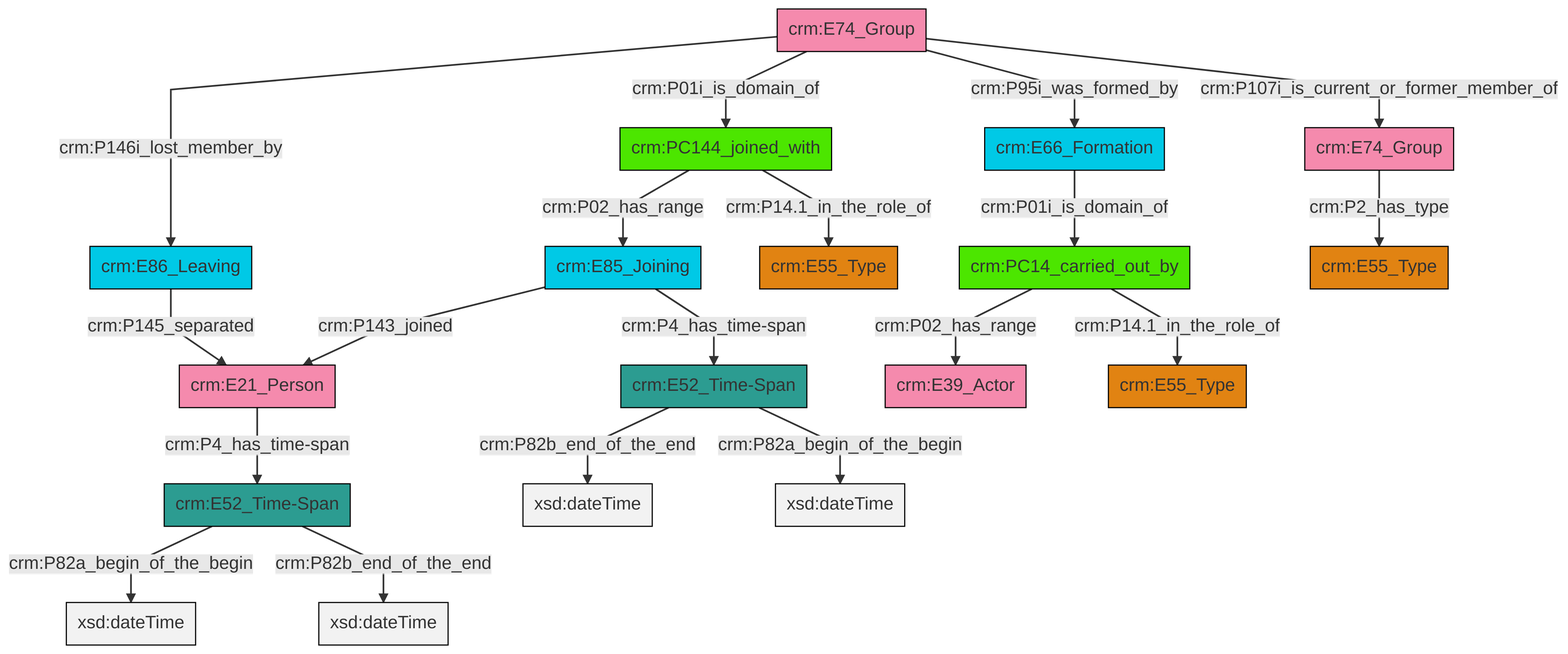
Above: et/groupCSV/ttl/mmd/png/group_actor_relations.png in swiss-art-research-net/docs.swissartresearch (Mermaid), before the change. Its source is kept beside it as et/groupCSV/ttl/mmd/group_actor_relations.ttl.mmd.
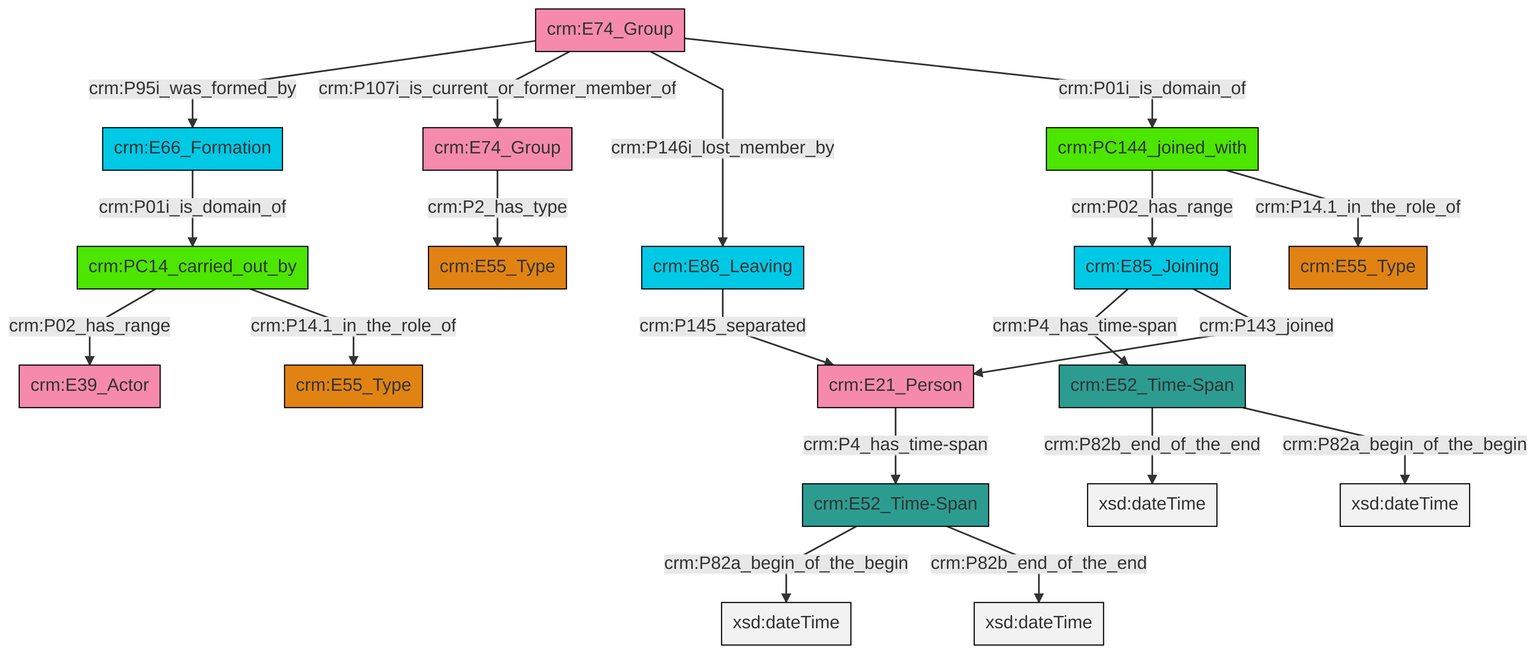
Above is the later version.

The edit, as a diff of the source:
```diff
@@ -13,21 +13,21 @@
 classDef PC_Classes fill:#4ce600, stroke:#000000;
 classDef Multi fill:#cccccc,stroke:#000000;
 
-2["crm:E21_Person"]:::Actor -->|crm:P4_has_time-span| 3["crm:E52_Time-Span"]:::Time-Span
-6["crm:E74_Group"]:::Actor -->|crm:P01i_is_domain_of| 7["crm:PC144_joined_with"]:::PC_Classes
-4["crm:E52_Time-Span"]:::Time-Span -->|crm:P82b_end_of_the_end| 8[xsd:dateTime]:::Literal
-3["crm:E52_Time-Span"]:::Time-Span -->|crm:P82a_begin_of_the_begin| 11[xsd:dateTime]:::Literal
-12["crm:PC14_carried_out_by"]:::PC_Classes -->|crm:P02_has_range| 9["crm:E39_Actor"]:::Actor
-7["crm:PC144_joined_with"]:::PC_Classes -->|crm:P14.1_in_the_role_of| 15["crm:E55_Type"]:::Type
-12["crm:PC14_carried_out_by"]:::PC_Classes -->|crm:P14.1_in_the_role_of| 16["crm:E55_Type"]:::Type
-19["crm:E85_Joining"]:::Temporal_Entity -->|crm:P4_has_time-span| 4["crm:E52_Time-Span"]:::Time-Span
-6["crm:E74_Group"]:::Actor -->|crm:P95i_was_formed_by| 17["crm:E66_Formation"]:::Temporal_Entity
-19["crm:E85_Joining"]:::Temporal_Entity -->|crm:P143_joined| 2["crm:E21_Person"]:::Actor
-4["crm:E52_Time-Span"]:::Time-Span -->|crm:P82a_begin_of_the_begin| 20[xsd:dateTime]:::Literal
-0["crm:E86_Leaving"]:::Temporal_Entity -->|crm:P145_separated| 2["crm:E21_Person"]:::Actor
-25["crm:E74_Group"]:::Actor -->|crm:P2_has_type| 23["crm:E55_Type"]:::Type
-6["crm:E74_Group"]:::Actor -->|crm:P146i_lost_member_by| 0["crm:E86_Leaving"]:::Temporal_Entity
-7["crm:PC144_joined_with"]:::PC_Classes -->|crm:P02_has_range| 19["crm:E85_Joining"]:::Temporal_Entity
-3["crm:E52_Time-Span"]:::Time-Span -->|crm:P82b_end_of_the_end| 30[xsd:dateTime]:::Literal
-6["crm:E74_Group"]:::Actor -->|crm:P107i_is_current_or_former_member_of| 25["crm:E74_Group"]:::Actor
-17["crm:E66_Formation"]:::Temporal_Entity -->|crm:P01i_is_domain_of| 12["crm:PC14_carried_out_by"]:::PC_Classes
+0["crm:PC144_joined_with"]:::PC_Classes -->|crm:P02_has_range| 1["crm:E85_Joining"]:::Temporal_Entity
+2["crm:E74_Group"]:::Actor -->|crm:P95i_was_formed_by| 3["crm:E66_Formation"]:::Temporal_Entity
+5["crm:E86_Leaving"]:::Temporal_Entity -->|crm:P145_separated| 6["crm:E21_Person"]:::Actor
+3["crm:E66_Formation"]:::Temporal_Entity -->|crm:P01i_is_domain_of| 7["crm:PC14_carried_out_by"]:::PC_Classes
+2["crm:E74_Group"]:::Actor -->|crm:P107i_is_current_or_former_member_of| 8["crm:E74_Group"]:::Actor
+1["crm:E85_Joining"]:::Temporal_Entity -->|crm:P4_has_time-span| 9["crm:E52_Time-Span"]:::Time-Span
+7["crm:PC14_carried_out_by"]:::PC_Classes -->|crm:P02_has_range| 11["crm:E39_Actor"]:::Actor
+2["crm:E74_Group"]:::Actor -->|crm:P146i_lost_member_by| 5["crm:E86_Leaving"]:::Temporal_Entity
+8["crm:E74_Group"]:::Actor -->|crm:P2_has_type| 17["crm:E55_Type"]:::Type
+20["crm:E52_Time-Span"]:::Time-Span -->|crm:P82a_begin_of_the_begin| 21[xsd:dateTime]:::Literal
+9["crm:E52_Time-Span"]:::Time-Span -->|crm:P82b_end_of_the_end| 23[xsd:dateTime]:::Literal
+0["crm:PC144_joined_with"]:::PC_Classes -->|crm:P14.1_in_the_role_of| 24["crm:E55_Type"]:::Type
+9["crm:E52_Time-Span"]:::Time-Span -->|crm:P82a_begin_of_the_begin| 27[xsd:dateTime]:::Literal
+20["crm:E52_Time-Span"]:::Time-Span -->|crm:P82b_end_of_the_end| 29[xsd:dateTime]:::Literal
+1["crm:E85_Joining"]:::Temporal_Entity -->|crm:P143_joined| 6["crm:E21_Person"]:::Actor
+2["crm:E74_Group"]:::Actor -->|crm:P01i_is_domain_of| 0["crm:PC144_joined_with"]:::PC_Classes
+6["crm:E21_Person"]:::Actor -->|crm:P4_has_time-span| 20["crm:E52_Time-Span"]:::Time-Span
+7["crm:PC14_carried_out_by"]:::PC_Classes -->|crm:P14.1_in_the_role_of| 14["crm:E55_Type"]:::Type
```
